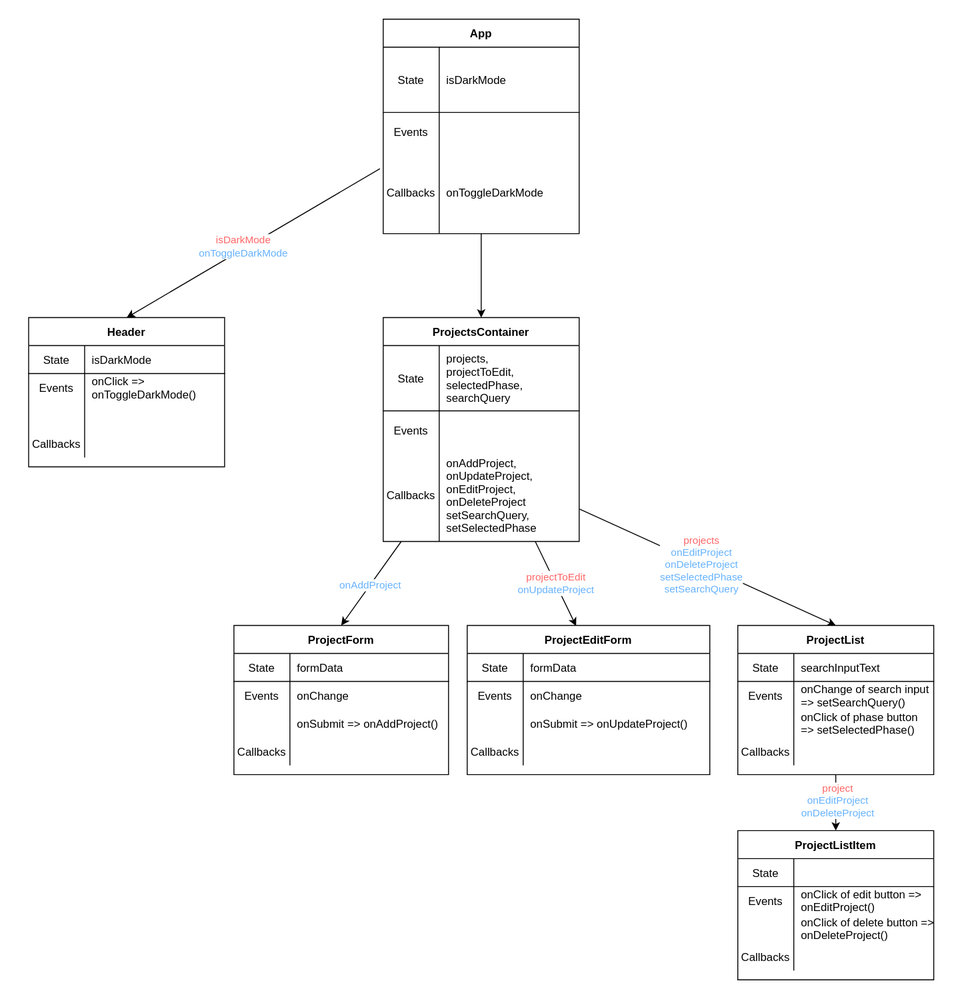
learn-co-students/SENG-LIVE-080822-Phase-2-React keeps this draw.io diagram as 07_client_side_routing/assets/component-hierarchy-with-data-flow-with-react-router.drawio.svg. Above is the earlier version. Source tidied: cells renumbered, new cells last; positions are measured from the earlier drawing's top-left corner, leaving out a move shared by most shapes.
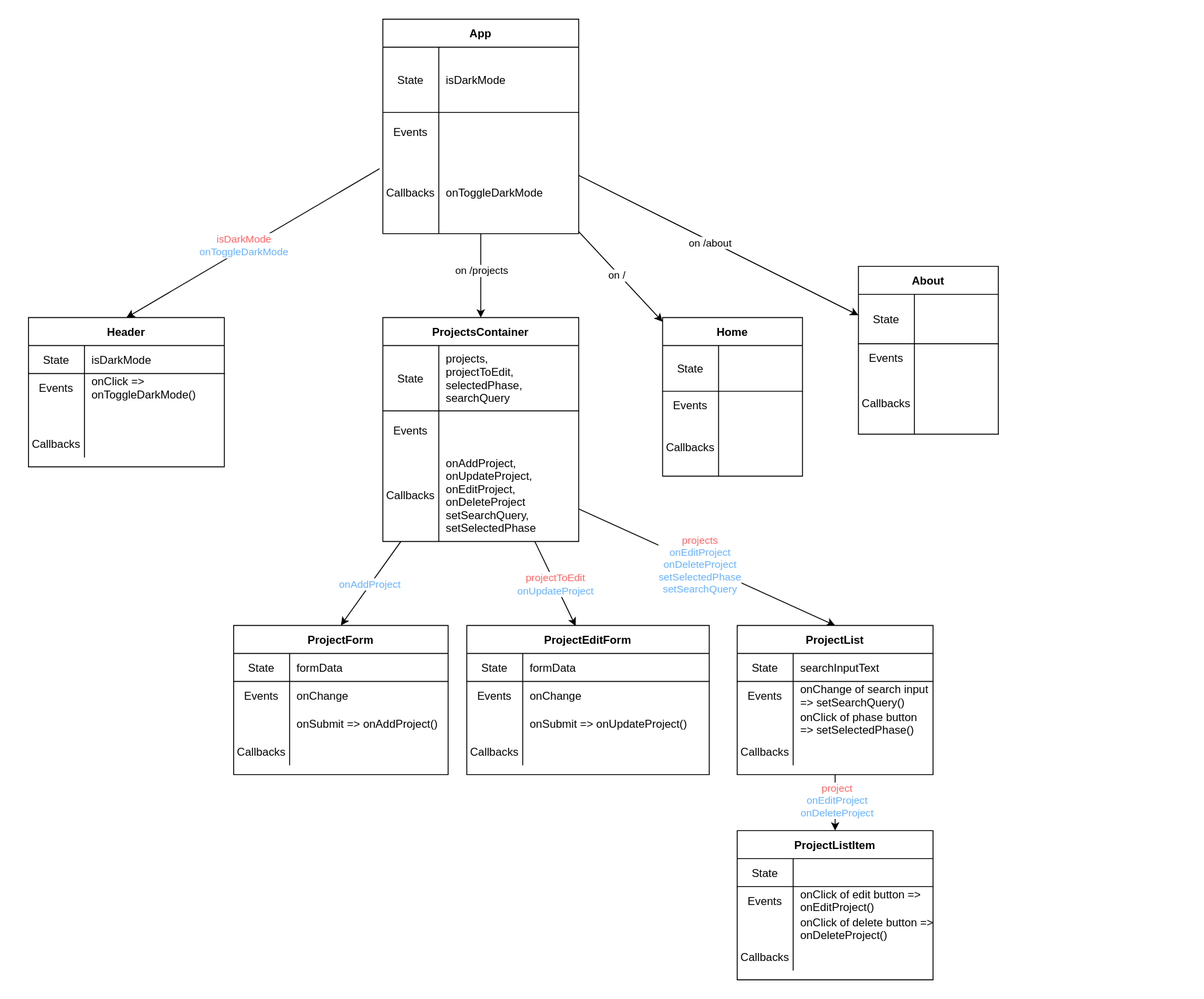
After the change.

Change to the diagram source:
```diff
@@ -3,7 +3,7 @@
     <mxCell id="0" />
     <mxCell id="1" parent="0" />
     <mxCell id="2" style="rounded=0;whiteSpace=wrap;html=1;strokeColor=none;" parent="1" vertex="1">
-      <mxGeometry width="1020" height="1070" as="geometry" />
+      <mxGeometry width="1290" height="1070" as="geometry" />
     </mxCell>
     <mxCell id="3" style="edgeStyle=none;html=1;entryX=0.5;entryY=0;entryDx=0;entryDy=0;exitX=-0.017;exitY=0.218;exitDx=0;exitDy=0;exitPerimeter=0;" parent="1" edge="1" source="98" target="22">
       <mxGeometry relative="1" as="geometry" />
@@ -270,6 +270,23 @@
         <mxPoint x="515" y="340" as="targetPoint" />
       </mxGeometry>
     </mxCell>
+    <mxCell id="101" value="on /projects" style="edgeLabel;html=1;align=center;verticalAlign=middle;" parent="89" vertex="1">
+      <mxGeometry x="-0.14" relative="1" as="geometry" />
+    </mxCell>
+    <mxCell id="102" style="edgeStyle=none;html=1;" parent="1" edge="1" source="90" target="106">
+      <mxGeometry relative="1" as="geometry" />
+    </mxCell>
+    <mxCell id="103" value="on /" style="edgeLabel;html=1;align=center;verticalAlign=middle;" parent="102" vertex="1">
+      <mxGeometry x="-0.07" y="-1" relative="1" as="geometry">
+        <mxPoint y="1" as="offset" />
+      </mxGeometry>
+    </mxCell>
+    <mxCell id="104" style="edgeStyle=none;html=1;" parent="1" edge="1" source="90" target="117">
+      <mxGeometry relative="1" as="geometry" />
+    </mxCell>
+    <mxCell id="105" value="on /about" style="edgeLabel;html=1;align=center;verticalAlign=middle;" parent="104" vertex="1">
+      <mxGeometry x="-0.06" y="-1" relative="1" as="geometry" />
+    </mxCell>
     <mxCell id="90" value="App" style="shape=table;startSize=30;rowLines=0;fontStyle=1;align=center;" parent="1" vertex="1">
       <mxGeometry x="410" y="20" width="210" height="230" as="geometry" />
     </mxCell>
@@ -303,5 +320,71 @@
     <mxCell id="100" value="onToggleDarkMode" style="shape=partialRectangle;fillColor=none;top=0;left=0;bottom=0;right=0;align=left;spacingLeft=6;overflow=visible;rowspan=2;" parent="98" vertex="1">
       <mxGeometry x="60" width="150" height="89" as="geometry" />
     </mxCell>
+    <mxCell id="106" value="Home" style="shape=table;startSize=30;rowLines=0;fontStyle=1;align=center;" parent="1" vertex="1">
+      <mxGeometry x="710" y="340" width="150" height="170" as="geometry" />
+    </mxCell>
+    <mxCell id="107" style="shape=partialRectangle;fillColor=none;top=0;left=0;bottom=0;right=0;" parent="106" vertex="1">
+      <mxGeometry y="30" width="150" height="25" as="geometry" />
+    </mxCell>
+    <mxCell id="108" value="State" style="shape=partialRectangle;fillColor=none;top=0;left=0;bottom=1;right=0;fontStyle=0;overflow=hidden;colspan=1;rowspan=2;" parent="107" vertex="1">
+      <mxGeometry width="60" height="49" as="geometry" />
+    </mxCell>
+    <mxCell id="109" style="shape=partialRectangle;fillColor=none;top=0;left=0;bottom=1;right=0;align=left;spacingLeft=6;fontStyle=0;overflow=visible;strokeColor=default;rowspan=2;" parent="107" vertex="1">
+      <mxGeometry x="60" width="90" height="49" as="geometry" />
+    </mxCell>
+    <mxCell id="110" style="shape=partialRectangle;fillColor=none;top=0;left=0;bottom=0;right=0;" parent="106" vertex="1">
+      <mxGeometry y="55" width="150" height="24" as="geometry" />
+    </mxCell>
+    <mxCell id="111" style="shape=partialRectangle;fillColor=none;top=0;left=0;bottom=0;right=0;" parent="106" vertex="1">
+      <mxGeometry y="79" width="150" height="29" as="geometry" />
+    </mxCell>
+    <mxCell id="112" value="Events" style="shape=partialRectangle;fillColor=none;top=0;left=0;bottom=0;right=0;overflow=hidden;" parent="111" vertex="1">
+      <mxGeometry width="60" height="29" as="geometry" />
+    </mxCell>
+    <mxCell id="113" style="shape=partialRectangle;fillColor=none;top=0;left=0;bottom=0;right=0;align=left;spacingLeft=6;overflow=hidden;" parent="111" vertex="1">
+      <mxGeometry x="60" width="90" height="29" as="geometry" />
+    </mxCell>
+    <mxCell id="114" style="shape=partialRectangle;fillColor=none;top=0;left=0;bottom=0;right=0;" parent="106" vertex="1">
+      <mxGeometry y="108" width="150" height="62" as="geometry" />
+    </mxCell>
+    <mxCell id="115" value="Callbacks" style="shape=partialRectangle;fillColor=none;top=0;left=0;bottom=0;right=0;overflow=hidden;rowspan=3;" parent="114" vertex="1">
+      <mxGeometry width="60" height="62" as="geometry" />
+    </mxCell>
+    <mxCell id="116" style="shape=partialRectangle;fillColor=none;top=0;left=0;bottom=0;right=0;align=left;spacingLeft=6;overflow=visible;rowspan=2;" parent="114" vertex="1">
+      <mxGeometry x="60" width="90" height="62" as="geometry" />
+    </mxCell>
+    <mxCell id="117" value="About" style="shape=table;startSize=30;rowLines=0;fontStyle=1;align=center;" parent="1" vertex="1">
+      <mxGeometry x="920" y="285" width="150" height="180" as="geometry" />
+    </mxCell>
+    <mxCell id="118" style="shape=partialRectangle;fillColor=none;top=0;left=0;bottom=0;right=0;" parent="117" vertex="1">
+      <mxGeometry y="30" width="150" height="27" as="geometry" />
+    </mxCell>
+    <mxCell id="119" value="State" style="shape=partialRectangle;fillColor=none;top=0;left=0;bottom=1;right=0;fontStyle=0;overflow=hidden;colspan=1;rowspan=2;" parent="118" vertex="1">
+      <mxGeometry width="60" height="53" as="geometry" />
+    </mxCell>
+    <mxCell id="120" style="shape=partialRectangle;fillColor=none;top=0;left=0;bottom=1;right=0;align=left;spacingLeft=6;fontStyle=0;overflow=visible;strokeColor=default;rowspan=2;" parent="118" vertex="1">
+      <mxGeometry x="60" width="90" height="53" as="geometry" />
+    </mxCell>
+    <mxCell id="121" style="shape=partialRectangle;fillColor=none;top=0;left=0;bottom=0;right=0;" parent="117" vertex="1">
+      <mxGeometry y="57" width="150" height="26" as="geometry" />
+    </mxCell>
+    <mxCell id="122" style="shape=partialRectangle;fillColor=none;top=0;left=0;bottom=0;right=0;" parent="117" vertex="1">
+      <mxGeometry y="83" width="150" height="30" as="geometry" />
+    </mxCell>
+    <mxCell id="123" value="Events" style="shape=partialRectangle;fillColor=none;top=0;left=0;bottom=0;right=0;overflow=hidden;" parent="122" vertex="1">
+      <mxGeometry width="60" height="30" as="geometry" />
+    </mxCell>
+    <mxCell id="124" style="shape=partialRectangle;fillColor=none;top=0;left=0;bottom=0;right=0;align=left;spacingLeft=6;overflow=hidden;" parent="122" vertex="1">
+      <mxGeometry x="60" width="90" height="30" as="geometry" />
+    </mxCell>
+    <mxCell id="125" style="shape=partialRectangle;fillColor=none;top=0;left=0;bottom=0;right=0;" parent="117" vertex="1">
+      <mxGeometry y="113" width="150" height="67" as="geometry" />
+    </mxCell>
+    <mxCell id="126" value="Callbacks" style="shape=partialRectangle;fillColor=none;top=0;left=0;bottom=0;right=0;overflow=hidden;rowspan=3;" parent="125" vertex="1">
+      <mxGeometry width="60" height="67" as="geometry" />
+    </mxCell>
+    <mxCell id="127" style="shape=partialRectangle;fillColor=none;top=0;left=0;bottom=0;right=0;align=left;spacingLeft=6;overflow=visible;rowspan=2;" parent="125" vertex="1">
+      <mxGeometry x="60" width="90" height="67" as="geometry" />
+    </mxCell>
   </root>
 </mxGraphModel>
```
